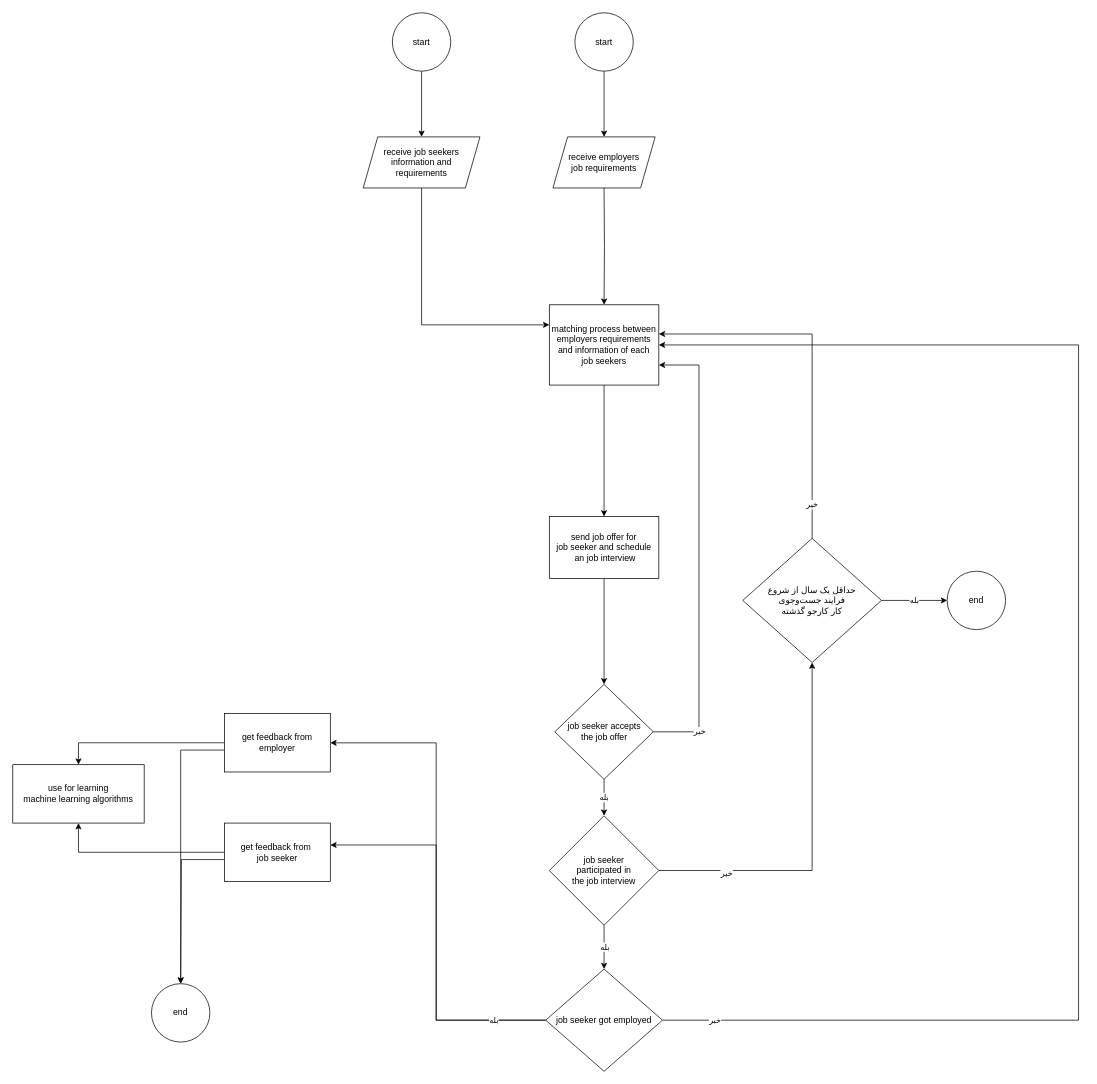
Earlier version of the draw.io diagram page "general process" (1 of 7) of english.drawio (karyabishoma/karyabi-docs-english). Source tidied: cells renumbered, new cells numbered last; positions are measured from the earlier drawing's top-left corner, leaving out a move shared by most shapes. Both pictures are drawn from the tidied source at 73%, with x=0, y=0 at pixel (12, 12).
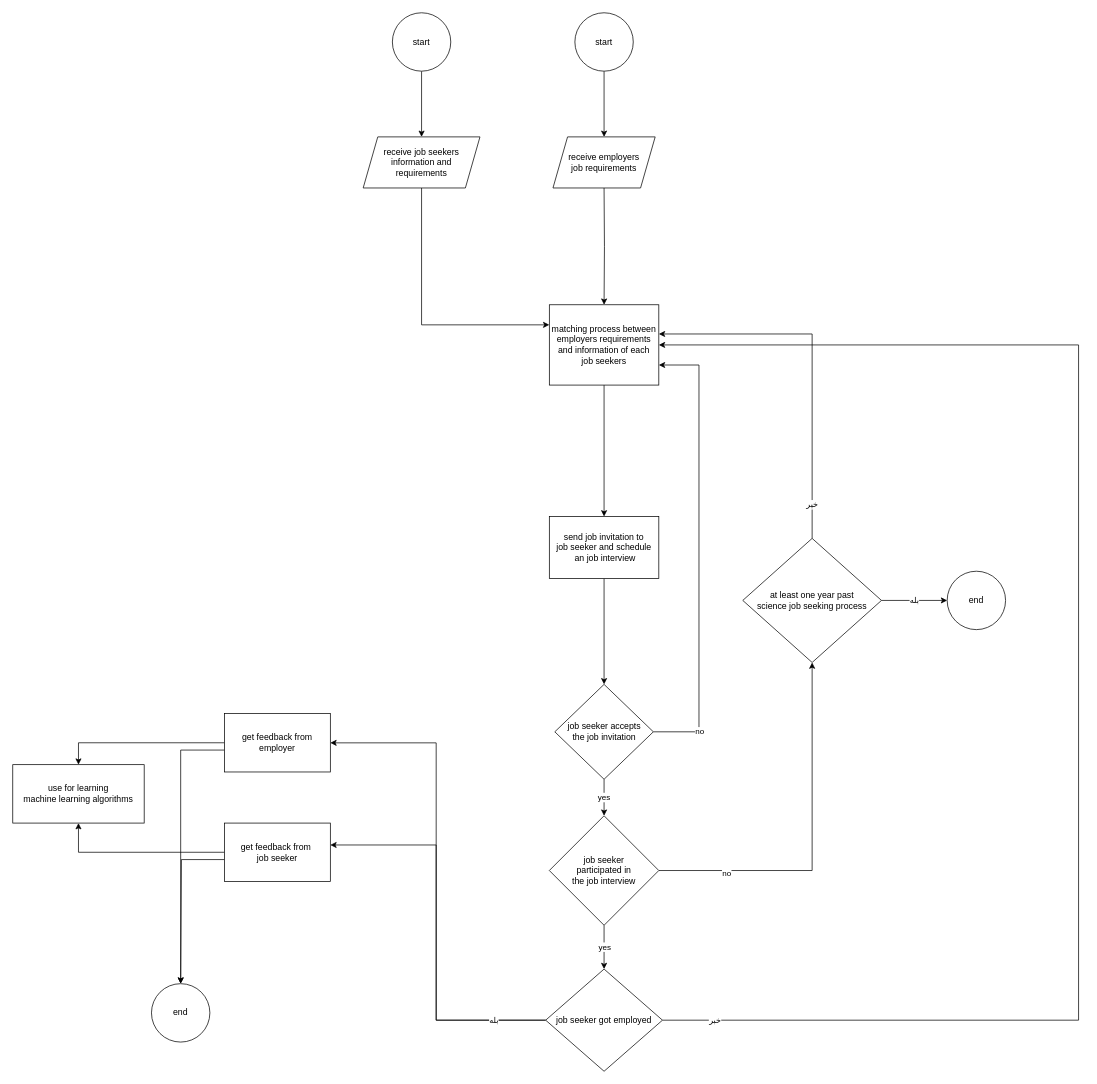
Above is the later version.

Unchanged cells that the change refers to:
```xml
<mxCell id="8" value="matching process between employers requirements and information of each &lt;br&gt;job seekers" style="whiteSpace=wrap;html=1;" parent="1" vertex="1">
  <mxGeometry x="735" y="400" width="150" height="110" as="geometry" />
</mxCell>
<mxCell id="14" style="edgeStyle=orthogonalEdgeStyle;rounded=0;jettySize=auto;html=1;" parent="1" edge="1" source="18" target="21">
  <mxGeometry relative="1" as="geometry" />
</mxCell>
<mxCell id="16" style="edgeStyle=orthogonalEdgeStyle;rounded=0;jettySize=auto;html=1;" parent="1" edge="1" source="18" target="26">
  <mxGeometry relative="1" as="geometry" />
</mxCell>
<mxCell id="18" value="job seeker&lt;br&gt;participated in&lt;br&gt;the job interview" style="rhombus;whiteSpace=wrap;html=1;" parent="1" vertex="1">
  <mxGeometry x="735" y="1100" width="150" height="150" as="geometry" />
</mxCell>
```

Diff of the diagram source:
```diff
@@
-    <mxCell id="10" value="send job offer for&lt;br&gt;job seeker and schedule&lt;br&gt;&amp;nbsp;an job interview" style="whiteSpace=wrap;html=1;" parent="1" vertex="1">
+    <mxCell id="10" value="send job invitation&amp;nbsp;to&lt;br&gt;job seeker and schedule&lt;br&gt;&amp;nbsp;an job interview" style="whiteSpace=wrap;html=1;" parent="1" vertex="1">
       <mxGeometry x="735" y="690" width="150" height="85" as="geometry" />
     </mxCell>
-    <mxCell id="11" value="بله" style="edgeStyle=orthogonalEdgeStyle;rounded=0;jettySize=auto;html=1;" parent="1" edge="1" source="13" target="18">
+    <mxCell id="11" value="yes" style="edgeStyle=orthogonalEdgeStyle;rounded=0;jettySize=auto;html=1;" parent="1" edge="1" source="13" target="18">
       <mxGeometry relative="1" as="geometry" />
     </mxCell>
-    <mxCell id="12" value="خیر" style="edgeStyle=orthogonalEdgeStyle;rounded=0;jettySize=auto;html=1;entryX=1;entryY=0.75;entryDx=0;entryDy=0;" parent="1" edge="1" source="13" target="8">
+    <mxCell id="12" value="no" style="edgeStyle=orthogonalEdgeStyle;rounded=0;jettySize=auto;html=1;entryX=1;entryY=0.75;entryDx=0;entryDy=0;" parent="1" edge="1" source="13" target="8">
       <mxGeometry x="-0.8" relative="1" as="geometry">
         <Array as="points">
           <mxPoint x="940" y="985" />
           <mxPoint x="940" y="483" />
         </Array>
         <mxPoint x="1" as="offset" />
       </mxGeometry>
     </mxCell>
-    <mxCell id="13" value="job seeker accepts &lt;br&gt;the job offer" style="rhombus;whiteSpace=wrap;html=1;" parent="1" vertex="1">
+    <mxCell id="13" value="job seeker accepts &lt;br&gt;the job invitation" style="rhombus;whiteSpace=wrap;html=1;" parent="1" vertex="1">
       <mxGeometry x="742.5" y="920" width="135" height="130" as="geometry" />
     </mxCell>
@@
-    <mxCell id="15" value="خیر" style="edgeLabel;html=1;align=center;verticalAlign=middle;" parent="14" vertex="1">
+    <mxCell id="15" value="no" style="edgeLabel;html=1;align=center;verticalAlign=middle;" parent="14" vertex="1">
       <mxGeometry x="-0.63" y="-3" relative="1" as="geometry" />
     </mxCell>
@@
-    <mxCell id="17" value="بله" style="edgeLabel;html=1;align=center;verticalAlign=middle;" parent="16" vertex="1">
+    <mxCell id="17" value="yes" style="edgeLabel;html=1;align=center;verticalAlign=middle;" parent="16" vertex="1">
       <mxGeometry x="-0.05" y="3" relative="1" as="geometry">
         <mxPoint x="-3" as="offset" />
       </mxGeometry>
     </mxCell>
@@
-    <mxCell id="21" value="حداقل یک سال از شروع &lt;br&gt;فرایند جست‌وجوی &lt;br&gt;کار کارجو گذشته" style="rhombus;whiteSpace=wrap;html=1;" parent="1" vertex="1">
+    <mxCell id="21" value="at least one year past&lt;br&gt;science job seeking process" style="rhombus;whiteSpace=wrap;html=1;" parent="1" vertex="1">
       <mxGeometry x="1000" y="720" width="190" height="170" as="geometry" />
     </mxCell>
```
